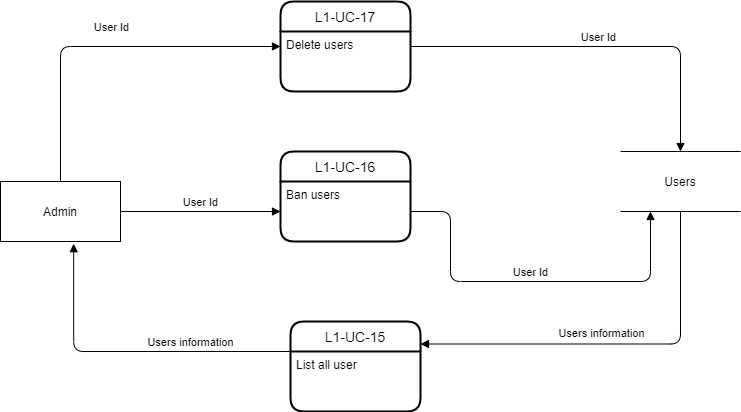
Before: Documentation/Diagrams/DFD/Level_2_Manage_Users.png, a diagram exported from draw.io (DavidDoanT/Project_DuoLegend). Source tidied: cells renumbered, new cells last; positions are measured from the earlier drawing's top-left corner, leaving out a move shared by most shapes.
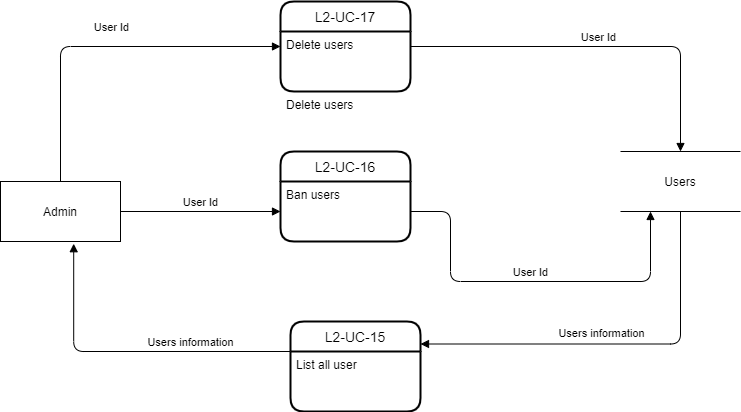
Above is the later version.

The edit, as a diff of the source:
```diff
@@ -8,24 +8,27 @@
     <mxCell id="3" value="Users" style="shape=partialRectangle;whiteSpace=wrap;html=1;left=0;right=0;fillColor=none;" parent="1" vertex="1">
       <mxGeometry x="620" y="150" width="120" height="60" as="geometry" />
     </mxCell>
-    <mxCell id="4" value="L1-UC-15" style="swimlane;horizontal=1;startSize=30;rounded=1;fontSize=14;fontStyle=0;strokeWidth=2;shadow=0;dashed=0;align=center;" parent="1" vertex="1">
+    <mxCell id="4" value="L2-UC-15" style="swimlane;horizontal=1;startSize=30;rounded=1;fontSize=14;fontStyle=0;strokeWidth=2;shadow=0;dashed=0;align=center;" parent="1" vertex="1">
       <mxGeometry x="290" y="320" width="130" height="90" as="geometry" />
     </mxCell>
     <mxCell id="5" value="List all user" style="align=left;strokeColor=none;fillColor=none;spacingLeft=4;fontSize=12;verticalAlign=top;" parent="4" vertex="1">
       <mxGeometry y="30" width="130" height="60" as="geometry" />
     </mxCell>
-    <mxCell id="6" value="L1-UC-16" style="swimlane;horizontal=1;startSize=30;rounded=1;fontSize=14;fontStyle=0;strokeWidth=2;shadow=0;dashed=0;align=center;" parent="1" vertex="1">
+    <mxCell id="6" value="L2-UC-16" style="swimlane;horizontal=1;startSize=30;rounded=1;fontSize=14;fontStyle=0;strokeWidth=2;shadow=0;dashed=0;align=center;" parent="1" vertex="1">
       <mxGeometry x="280" y="150" width="130" height="90" as="geometry" />
     </mxCell>
     <mxCell id="7" value="Ban users" style="align=left;strokeColor=none;fillColor=none;spacingLeft=4;fontSize=12;verticalAlign=top;" parent="6" vertex="1">
       <mxGeometry y="30" width="130" height="60" as="geometry" />
     </mxCell>
-    <mxCell id="8" value="L1-UC-17" style="swimlane;horizontal=1;startSize=30;rounded=1;fontSize=14;fontStyle=0;strokeWidth=2;shadow=0;dashed=0;align=center;" parent="1" vertex="1">
+    <mxCell id="8" value="L2-UC-17" style="swimlane;horizontal=1;startSize=30;rounded=1;fontSize=14;fontStyle=0;strokeWidth=2;shadow=0;dashed=0;align=center;" parent="1" vertex="1">
       <mxGeometry x="280" width="130" height="90" as="geometry" />
     </mxCell>
     <mxCell id="9" value="Delete users" style="align=left;strokeColor=none;fillColor=none;spacingLeft=4;fontSize=12;verticalAlign=top;" parent="8" vertex="1">
       <mxGeometry y="30" width="130" height="60" as="geometry" />
     </mxCell>
+    <mxCell id="16" value="Delete users" style="align=left;strokeColor=none;fillColor=none;spacingLeft=4;fontSize=12;verticalAlign=top;" parent="8" vertex="1">
+      <mxGeometry y="90" width="130" as="geometry" />
+    </mxCell>
     <mxCell id="10" value="User Id" style="html=1;verticalAlign=bottom;endArrow=block;exitX=0.5;exitY=0;exitDx=0;exitDy=0;entryX=0;entryY=0.25;entryDx=0;entryDy=0;edgeStyle=orthogonalEdgeStyle;" parent="1" edge="1" source="2" target="9">
       <mxGeometry x="0.05" y="11" relative="1" as="geometry">
         <mxPoint y="1" as="offset" />
```
